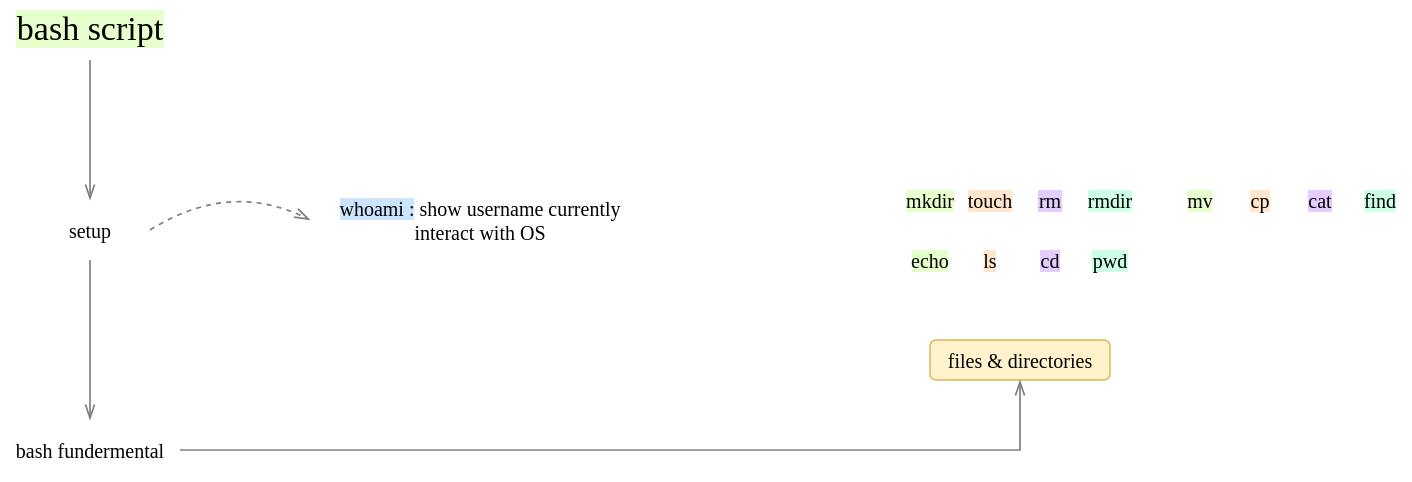
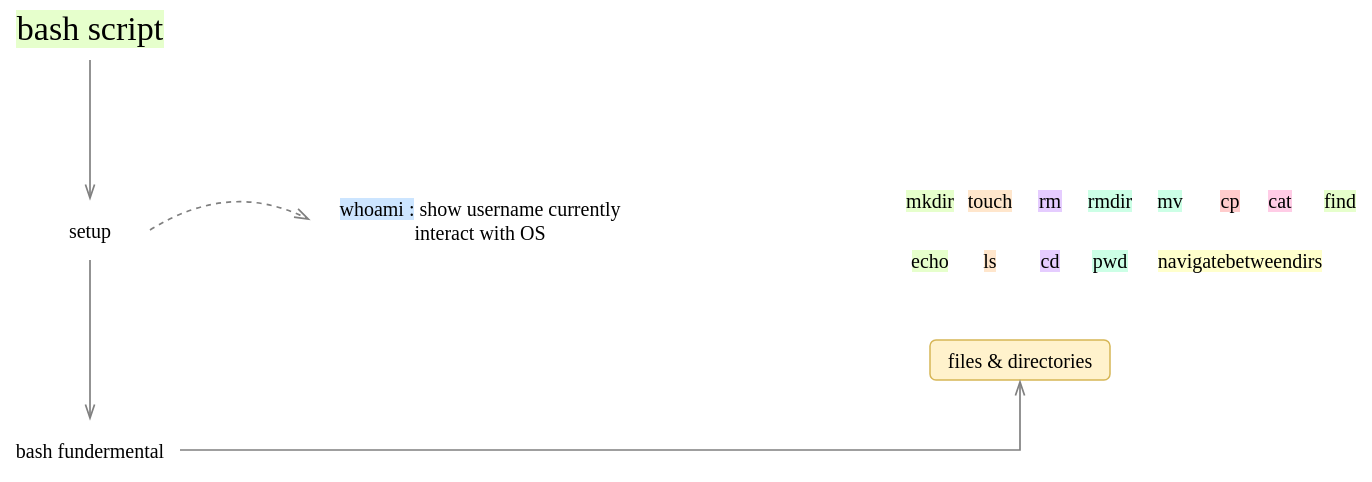
<mxfile host="app.diagrams.net">
  <diagram name="Page-1" id="ASFAg3QW-8pENEQWLq1w">
-     <mxGraphModel dx="913" dy="409" grid="1" gridSize="10" guides="1" tooltips="1" connect="1" arrows="1" fold="1" page="1" pageScale="1" pageWidth="827" pageHeight="1169" math="0" shadow="0">
+     <mxGraphModel dx="440" dy="197" grid="1" gridSize="10" guides="1" tooltips="1" connect="1" arrows="1" fold="1" page="1" pageScale="1" pageWidth="827" pageHeight="1169" math="0" shadow="0">
      <root>
        <mxCell id="0" />
        <mxCell id="1" parent="0" />
        <mxCell id="yHV59lyykjLdx_5fFAOr-2" parent="1" style="text;html=1;whiteSpace=wrap;strokeColor=none;fillColor=none;align=center;verticalAlign=middle;rounded=0;fontFamily=Comic Sans MS;fontSize=17;" value="&lt;span style=&quot;background-color: rgb(230, 255, 204);&quot;&gt;bash script&lt;/span&gt;" vertex="1">
          <mxGeometry height="30" width="80" x="320" y="240" as="geometry" />
        </mxCell>
        <mxCell id="yHV59lyykjLdx_5fFAOr-3" parent="1" style="text;html=1;whiteSpace=wrap;strokeColor=none;fillColor=none;align=center;verticalAlign=middle;rounded=0;fontFamily=Comic Sans MS;fontSize=10;" value="setup " vertex="1">
          <mxGeometry height="30" width="60" x="330" y="340" as="geometry" />
        </mxCell>
        <mxCell id="yHV59lyykjLdx_5fFAOr-4" edge="1" parent="1" source="yHV59lyykjLdx_5fFAOr-2" style="endArrow=openThin;html=1;rounded=0;strokeColor=#808080;endFill=0;strokeWidth=0.85;entryX=0.5;entryY=0;entryDx=0;entryDy=0;exitX=0.5;exitY=1;exitDx=0;exitDy=0;" target="yHV59lyykjLdx_5fFAOr-3" value="">
          <mxGeometry height="50" relative="1" width="50" as="geometry">
            <Array as="points" />
            <mxPoint x="420" y="330" as="sourcePoint" />
            <mxPoint x="420" y="389" as="targetPoint" />
          </mxGeometry>
        </mxCell>
        <mxCell id="yHV59lyykjLdx_5fFAOr-7" edge="1" parent="1" source="yHV59lyykjLdx_5fFAOr-3" style="endArrow=openThin;html=1;rounded=0;strokeColor=#808080;endFill=0;strokeWidth=0.85;exitX=0.5;exitY=1;exitDx=0;exitDy=0;" target="yHV59lyykjLdx_5fFAOr-12" value="">
          <mxGeometry height="50" relative="1" width="50" as="geometry">
            <Array as="points" />
            <mxPoint x="420" y="330" as="sourcePoint" />
            <mxPoint x="360" y="440" as="targetPoint" />
          </mxGeometry>
        </mxCell>
        <mxCell id="yHV59lyykjLdx_5fFAOr-8" parent="1" style="rounded=1;whiteSpace=wrap;html=1;strokeColor=none;fontFamily=Comic Sans MS;strokeWidth=0.75;fontSize=10;" value="&lt;span style=&quot;background-color: rgb(204, 229, 255);&quot;&gt;whoami :&lt;/span&gt;&lt;span&gt; show username currently interact with OS&lt;/span&gt;" vertex="1">
          <mxGeometry height="20" width="170" x="470" y="340" as="geometry" />
        </mxCell>
        <mxCell id="yHV59lyykjLdx_5fFAOr-11" edge="1" parent="1" source="yHV59lyykjLdx_5fFAOr-3" style="endArrow=openThin;html=1;rounded=0;strokeColor=#808080;endFill=0;strokeWidth=0.85;entryX=0;entryY=0.5;entryDx=0;entryDy=0;exitX=1;exitY=0.5;exitDx=0;exitDy=0;curved=1;dashed=1;" target="yHV59lyykjLdx_5fFAOr-8" value="">
          <mxGeometry height="50" relative="1" width="50" as="geometry">
            <Array as="points">
              <mxPoint x="430" y="330" />
            </Array>
            <mxPoint x="420" y="330" as="sourcePoint" />
            <mxPoint x="420" y="389" as="targetPoint" />
          </mxGeometry>
        </mxCell>
        <mxCell id="yHV59lyykjLdx_5fFAOr-12" parent="1" style="text;html=1;whiteSpace=wrap;strokeColor=none;fillColor=none;align=center;verticalAlign=middle;rounded=0;fontFamily=Comic Sans MS;fontSize=10;" value="bash fundermental" vertex="1">
          <mxGeometry height="30" width="90" x="315" y="450" as="geometry" />
        </mxCell>
        <mxCell id="yHV59lyykjLdx_5fFAOr-13" parent="1" style="rounded=1;whiteSpace=wrap;html=1;strokeColor=#d6b656;fontFamily=Comic Sans MS;strokeWidth=0.75;fillColor=#fff2cc;fontSize=10;" value="files &amp;amp; directories" vertex="1">
          <mxGeometry height="20" width="90" x="780" y="410" as="geometry" />
        </mxCell>
        <mxCell id="yHV59lyykjLdx_5fFAOr-15" edge="1" parent="1" source="yHV59lyykjLdx_5fFAOr-12" style="endArrow=openThin;html=1;rounded=0;strokeColor=#808080;endFill=0;strokeWidth=0.85;entryX=0.5;entryY=1;entryDx=0;entryDy=0;exitX=1;exitY=0.5;exitDx=0;exitDy=0;" target="yHV59lyykjLdx_5fFAOr-13" value="">
          <mxGeometry height="50" relative="1" width="50" as="geometry">
            <Array as="points">
              <mxPoint x="825" y="465" />
            </Array>
            <mxPoint x="530" y="390" as="sourcePoint" />
            <mxPoint x="530" y="449" as="targetPoint" />
          </mxGeometry>
        </mxCell>
        <mxCell id="yHV59lyykjLdx_5fFAOr-16" parent="1" style="text;html=1;whiteSpace=wrap;strokeColor=none;fillColor=none;align=center;verticalAlign=middle;rounded=0;fontFamily=Comic Sans MS;fontSize=10;" value="&lt;span style=&quot;background-color: rgb(204, 255, 230);&quot;&gt;pwd&lt;/span&gt;" vertex="1">
          <mxGeometry height="20" width="30" x="855" y="360" as="geometry" />
        </mxCell>
        <mxCell id="yHV59lyykjLdx_5fFAOr-18" parent="1" style="text;html=1;whiteSpace=wrap;strokeColor=none;fillColor=none;align=center;verticalAlign=middle;rounded=0;fontFamily=Comic Sans MS;fontSize=10;" value="&lt;span style=&quot;background-color: rgb(229, 204, 255);&quot;&gt;cd&lt;/span&gt;" vertex="1">
          <mxGeometry height="20" width="30" x="825" y="360" as="geometry" />
        </mxCell>
        <mxCell id="yHV59lyykjLdx_5fFAOr-19" parent="1" style="text;html=1;whiteSpace=wrap;strokeColor=none;fillColor=none;align=center;verticalAlign=middle;rounded=0;fontFamily=Comic Sans MS;fontSize=10;" value="&lt;span style=&quot;background-color: rgb(255, 230, 204);&quot;&gt;ls&lt;/span&gt;" vertex="1">
          <mxGeometry height="20" width="30" x="795" y="360" as="geometry" />
        </mxCell>
        <mxCell id="yHV59lyykjLdx_5fFAOr-20" parent="1" style="text;html=1;whiteSpace=wrap;strokeColor=none;fillColor=none;align=center;verticalAlign=middle;rounded=0;fontFamily=Comic Sans MS;fontSize=10;" value="&lt;span style=&quot;background-color: rgb(230, 255, 204);&quot;&gt;echo&lt;/span&gt;" vertex="1">
          <mxGeometry height="20" width="30" x="765" y="360" as="geometry" />
        </mxCell>
        <mxCell id="yHV59lyykjLdx_5fFAOr-21" parent="1" style="text;html=1;whiteSpace=wrap;strokeColor=none;fillColor=none;align=center;verticalAlign=middle;rounded=0;fontFamily=Comic Sans MS;fontSize=10;" value="&lt;span style=&quot;background-color: rgb(204, 255, 230);&quot;&gt;rmdir&lt;/span&gt;" vertex="1">
          <mxGeometry height="20" width="30" x="855" y="330" as="geometry" />
        </mxCell>
        <mxCell id="yHV59lyykjLdx_5fFAOr-22" parent="1" style="text;html=1;whiteSpace=wrap;strokeColor=none;fillColor=none;align=center;verticalAlign=middle;rounded=0;fontFamily=Comic Sans MS;fontSize=10;" value="&lt;span style=&quot;background-color: rgb(229, 204, 255);&quot;&gt;rm&lt;/span&gt;" vertex="1">
          <mxGeometry height="20" width="30" x="825" y="330" as="geometry" />
        </mxCell>
        <mxCell id="yHV59lyykjLdx_5fFAOr-23" parent="1" style="text;html=1;whiteSpace=wrap;strokeColor=none;fillColor=none;align=center;verticalAlign=middle;rounded=0;fontFamily=Comic Sans MS;fontSize=10;" value="&lt;span style=&quot;background-color: rgb(255, 230, 204);&quot;&gt;touch&lt;/span&gt;" vertex="1">
          <mxGeometry height="20" width="30" x="795" y="330" as="geometry" />
        </mxCell>
        <mxCell id="yHV59lyykjLdx_5fFAOr-24" parent="1" style="text;html=1;whiteSpace=wrap;strokeColor=none;fillColor=none;align=center;verticalAlign=middle;rounded=0;fontFamily=Comic Sans MS;fontSize=10;" value="&lt;span style=&quot;background-color: rgb(230, 255, 204);&quot;&gt;mkdir&lt;/span&gt;" vertex="1">
          <mxGeometry height="20" width="30" x="765" y="330" as="geometry" />
        </mxCell>
-         <mxCell id="yHV59lyykjLdx_5fFAOr-25" parent="1" style="text;html=1;whiteSpace=wrap;strokeColor=none;fillColor=none;align=center;verticalAlign=middle;rounded=0;fontFamily=Comic Sans MS;fontSize=10;" value="&lt;span style=&quot;background-color: rgb(204, 255, 230);&quot;&gt;find&lt;/span&gt;" vertex="1">
-           <mxGeometry height="20" width="30" x="990" y="330" as="geometry" />
+         <mxCell id="yHV59lyykjLdx_5fFAOr-25" parent="1" style="text;html=1;whiteSpace=wrap;strokeColor=none;fillColor=none;align=center;verticalAlign=middle;rounded=0;fontFamily=Comic Sans MS;fontSize=10;" value="&lt;span style=&quot;background-color: rgb(230, 255, 204);&quot;&gt;find&lt;/span&gt;" vertex="1">
+           <mxGeometry height="20" width="30" x="970" y="330" as="geometry" />
        </mxCell>
-         <mxCell id="yHV59lyykjLdx_5fFAOr-26" parent="1" style="text;html=1;whiteSpace=wrap;strokeColor=none;fillColor=none;align=center;verticalAlign=middle;rounded=0;fontFamily=Comic Sans MS;fontSize=10;" value="&lt;span style=&quot;background-color: rgb(229, 204, 255);&quot;&gt;cat&lt;/span&gt;" vertex="1">
-           <mxGeometry height="20" width="30" x="960" y="330" as="geometry" />
+         <mxCell id="yHV59lyykjLdx_5fFAOr-26" parent="1" style="text;html=1;whiteSpace=wrap;strokeColor=none;fillColor=none;align=center;verticalAlign=middle;rounded=0;fontFamily=Comic Sans MS;fontSize=10;" value="&lt;span style=&quot;background-color: rgb(255, 204, 230);&quot;&gt;cat&lt;/span&gt;" vertex="1">
+           <mxGeometry height="20" width="30" x="940" y="330" as="geometry" />
        </mxCell>
-         <mxCell id="yHV59lyykjLdx_5fFAOr-27" parent="1" style="text;html=1;whiteSpace=wrap;strokeColor=none;fillColor=none;align=center;verticalAlign=middle;rounded=0;fontFamily=Comic Sans MS;fontSize=10;" value="&lt;span style=&quot;background-color: rgb(255, 230, 204);&quot;&gt;cp&lt;/span&gt;" vertex="1">
-           <mxGeometry height="20" width="30" x="930" y="330" as="geometry" />
+         <mxCell id="yHV59lyykjLdx_5fFAOr-27" parent="1" style="text;html=1;whiteSpace=wrap;strokeColor=none;fillColor=none;align=center;verticalAlign=middle;rounded=0;fontFamily=Comic Sans MS;fontSize=10;" value="&lt;span style=&quot;background-color: rgb(255, 204, 204);&quot;&gt;cp&lt;/span&gt;" vertex="1">
+           <mxGeometry height="20" width="30" x="915" y="330" as="geometry" />
        </mxCell>
-         <mxCell id="yHV59lyykjLdx_5fFAOr-28" parent="1" style="text;html=1;whiteSpace=wrap;strokeColor=none;fillColor=none;align=center;verticalAlign=middle;rounded=0;fontFamily=Comic Sans MS;fontSize=10;" value="&lt;span style=&quot;background-color: rgb(230, 255, 204);&quot;&gt;mv&lt;/span&gt;" vertex="1">
-           <mxGeometry height="20" width="30" x="900" y="330" as="geometry" />
+         <mxCell id="yHV59lyykjLdx_5fFAOr-28" parent="1" style="text;html=1;whiteSpace=wrap;strokeColor=none;fillColor=none;align=center;verticalAlign=middle;rounded=0;fontFamily=Comic Sans MS;fontSize=10;" value="&lt;span style=&quot;background-color: rgb(204, 255, 230);&quot;&gt;mv&lt;/span&gt;" vertex="1">
+           <mxGeometry height="20" width="30" x="885" y="330" as="geometry" />
+         </mxCell>
+         <mxCell id="yHV59lyykjLdx_5fFAOr-29" parent="1" style="text;html=1;whiteSpace=wrap;strokeColor=none;fillColor=none;align=center;verticalAlign=middle;rounded=0;fontFamily=Comic Sans MS;fontSize=10;" value="&lt;span style=&quot;background-color: rgb(255, 255, 204);&quot;&gt;navigatebetweendirs&lt;/span&gt;" vertex="1">
+           <mxGeometry height="20" width="100" x="885" y="360" as="geometry" />
        </mxCell>
      </root>
    </mxGraphModel>
  </diagram>
</mxfile>
